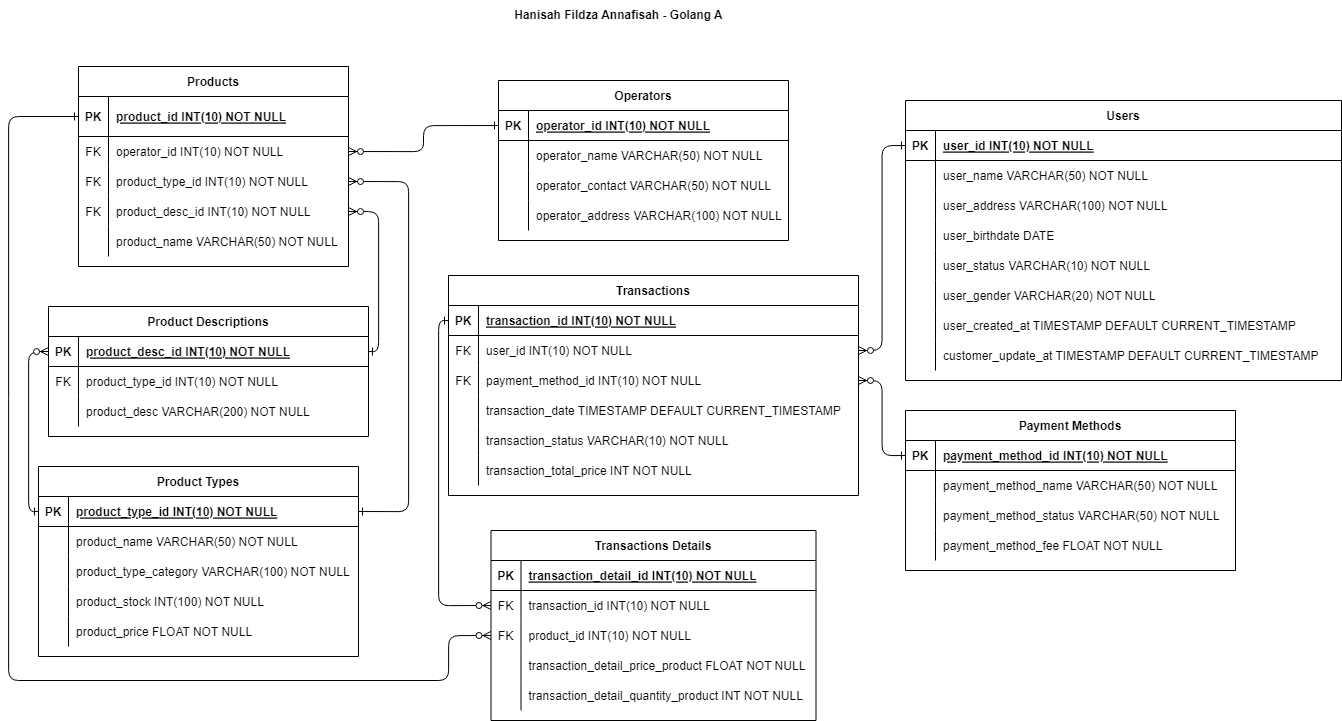
Above: 11_Database-DDL-DML/Praktikum/merancang-skema-database/schema-erd.png in fildzaanf/go_hanisah-fildza-annafisah (draw.io), before the change. Source tidied: cells renumbered, new cells last; positions are measured from the earlier drawing's top-left corner, leaving out a move shared by most shapes.
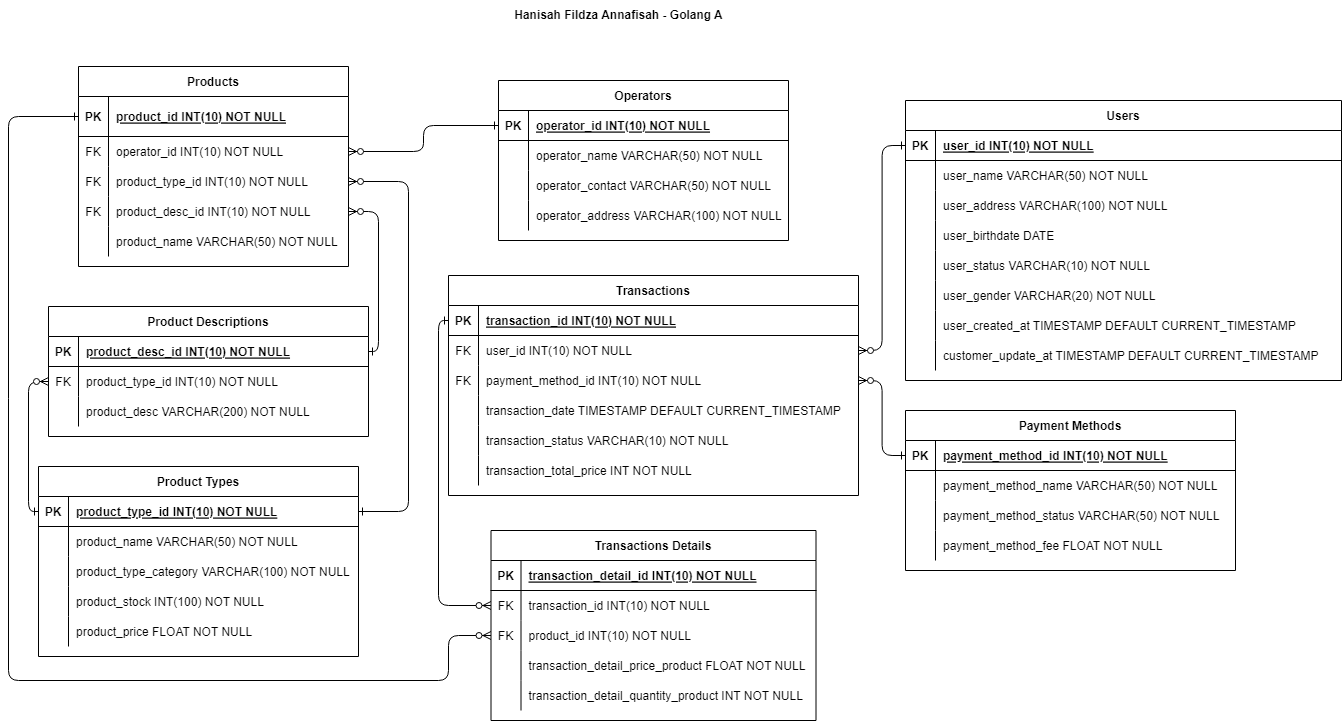
After the change.

Change to the diagram source:
```diff
@@ -432,7 +432,7 @@
         </Array>
       </mxGeometry>
     </mxCell>
-    <mxCell id="138" style="endArrow=ERzeroToMany;startArrow=ERone;endFill=1;startFill=0;exitX=0;exitY=0.5;exitDx=0;exitDy=0;entryX=0;entryY=0.5;entryDx=0;entryDy=0;edgeStyle=orthogonalEdgeStyle;" parent="1" edge="1" source="111" target="127">
+    <mxCell id="138" style="endArrow=ERzeroToMany;startArrow=ERone;endFill=1;startFill=0;exitX=0;exitY=0.5;exitDx=0;exitDy=0;entryX=0;entryY=0.5;entryDx=0;entryDy=0;edgeStyle=orthogonalEdgeStyle;" parent="1" edge="1" source="111" target="130">
       <mxGeometry relative="1" as="geometry" />
     </mxCell>
   </root>
```
